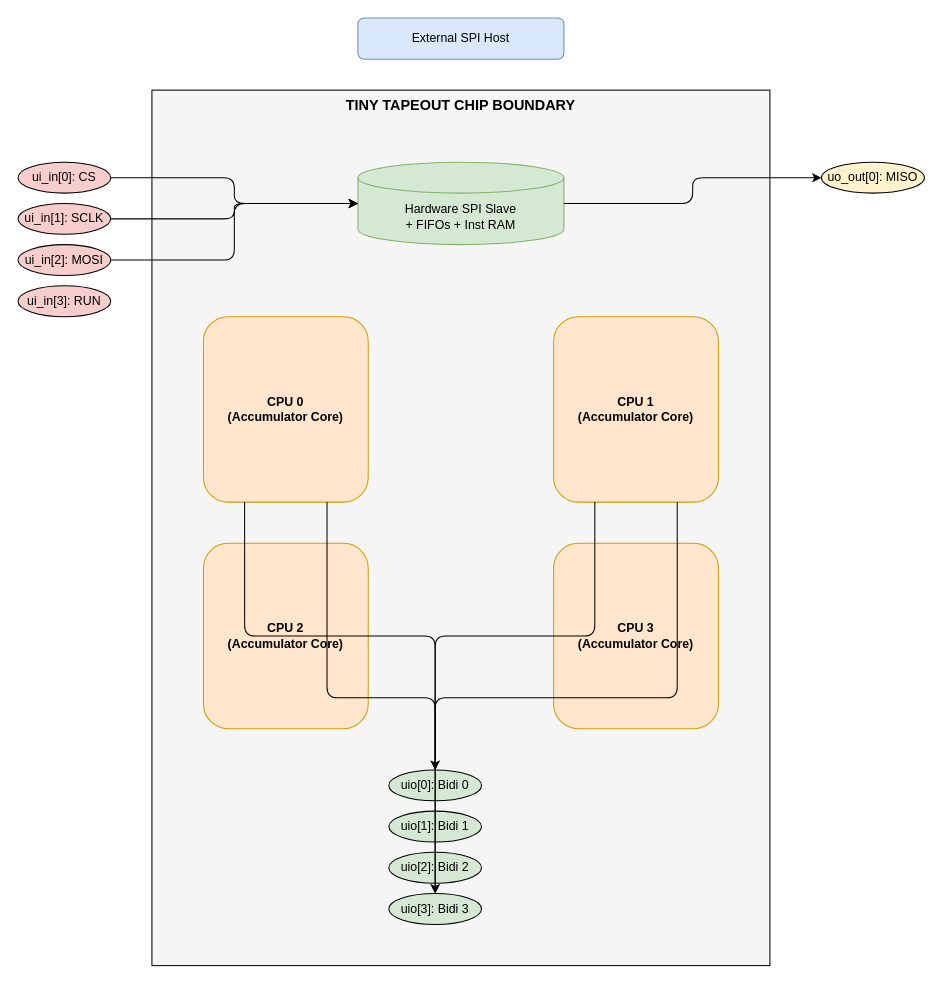
Above: architecture.drawio in pivotvlso/jane_street_asic_protocol_emulator (draw.io), before the change. Source tidied: cells renumbered, new cells numbered last; positions are measured from the earlier drawing's top-left corner, leaving out a move shared by most shapes. Both pictures are drawn from the tidied source at 103%, with x=0, y=0 at pixel (18, 18).
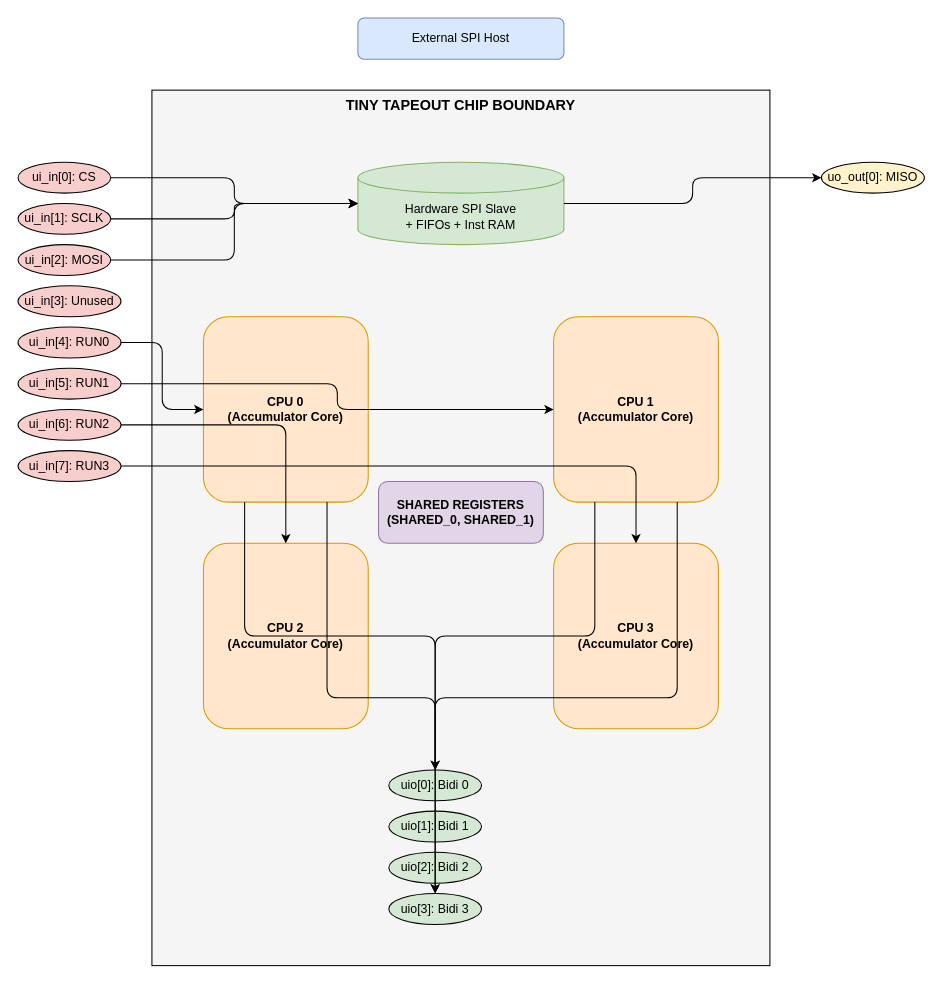
After the change.

Unchanged cells that the change refers to:
```xml
<mxCell id="5" value="CPU 0&#10;(Accumulator Core)" style="rounded=1;whiteSpace=wrap;html=1;fillColor=#ffe6cc;strokeColor=#d79b00;fontStyle=1;" parent="1" vertex="1">
  <mxGeometry x="180" y="290" width="160" height="180" as="geometry" />
</mxCell>
<mxCell id="6" value="CPU 1&#10;(Accumulator Core)" style="rounded=1;whiteSpace=wrap;html=1;fillColor=#ffe6cc;strokeColor=#d79b00;fontStyle=1;" parent="1" vertex="1">
  <mxGeometry x="520" y="290" width="160" height="180" as="geometry" />
</mxCell>
<mxCell id="7" value="CPU 2&#10;(Accumulator Core)" style="rounded=1;whiteSpace=wrap;html=1;fillColor=#ffe6cc;strokeColor=#d79b00;fontStyle=1;" parent="1" vertex="1">
  <mxGeometry x="180" y="510" width="160" height="180" as="geometry" />
</mxCell>
<mxCell id="8" value="CPU 3&#10;(Accumulator Core)" style="rounded=1;whiteSpace=wrap;html=1;fillColor=#ffe6cc;strokeColor=#d79b00;fontStyle=1;" parent="1" vertex="1">
  <mxGeometry x="520" y="510" width="160" height="180" as="geometry" />
</mxCell>
```

The edit, as a diff of the source:
```diff
@@
+    <mxCell id="26" value="SHARED REGISTERS&#10;(SHARED_0, SHARED_1)" style="rounded=1;whiteSpace=wrap;html=1;fillColor=#e1d5e7;strokeColor=#9673a6;fontStyle=1;" parent="1" vertex="1">
+      <mxGeometry x="350" y="450" width="160" height="60" as="geometry" />
+    </mxCell>
@@
-    <mxCell id="12" value="ui_in[3]: RUN" style="ellipse;whiteSpace=wrap;html=1;fillColor=#f8cecc;" parent="1" vertex="1">
-      <mxGeometry y="260" width="90" height="30" as="geometry" />
+    <mxCell id="12" value="ui_in[3]: Unused" style="ellipse;whiteSpace=wrap;html=1;fillColor=#f8cecc;" parent="1" vertex="1">
+      <mxGeometry y="260" width="100" height="30" as="geometry" />
     </mxCell>
+    <mxCell id="27" value="ui_in[4]: RUN0" style="ellipse;whiteSpace=wrap;html=1;fillColor=#f8cecc;" parent="1" vertex="1">
+      <mxGeometry y="300" width="100" height="30" as="geometry" />
+    </mxCell>
+    <mxCell id="28" value="ui_in[5]: RUN1" style="ellipse;whiteSpace=wrap;html=1;fillColor=#f8cecc;" parent="1" vertex="1">
+      <mxGeometry y="340" width="100" height="30" as="geometry" />
+    </mxCell>
+    <mxCell id="29" value="ui_in[6]: RUN2" style="ellipse;whiteSpace=wrap;html=1;fillColor=#f8cecc;" parent="1" vertex="1">
+      <mxGeometry y="380" width="100" height="30" as="geometry" />
+    </mxCell>
+    <mxCell id="30" value="ui_in[7]: RUN3" style="ellipse;whiteSpace=wrap;html=1;fillColor=#f8cecc;" parent="1" vertex="1">
+      <mxGeometry y="420" width="100" height="30" as="geometry" />
+    </mxCell>
@@
+    <mxCell id="31" style="edgeStyle=orthogonalEdgeStyle;html=1;" parent="1" edge="1" source="27" target="5">
+      <mxGeometry relative="1" as="geometry" />
+    </mxCell>
+    <mxCell id="32" style="edgeStyle=orthogonalEdgeStyle;html=1;" parent="1" edge="1" source="28" target="6">
+      <mxGeometry relative="1" as="geometry" />
+    </mxCell>
+    <mxCell id="33" style="edgeStyle=orthogonalEdgeStyle;html=1;" parent="1" edge="1" source="29" target="7">
+      <mxGeometry relative="1" as="geometry" />
+    </mxCell>
+    <mxCell id="34" style="edgeStyle=orthogonalEdgeStyle;html=1;" parent="1" edge="1" source="30" target="8">
+      <mxGeometry relative="1" as="geometry" />
+    </mxCell>
```
